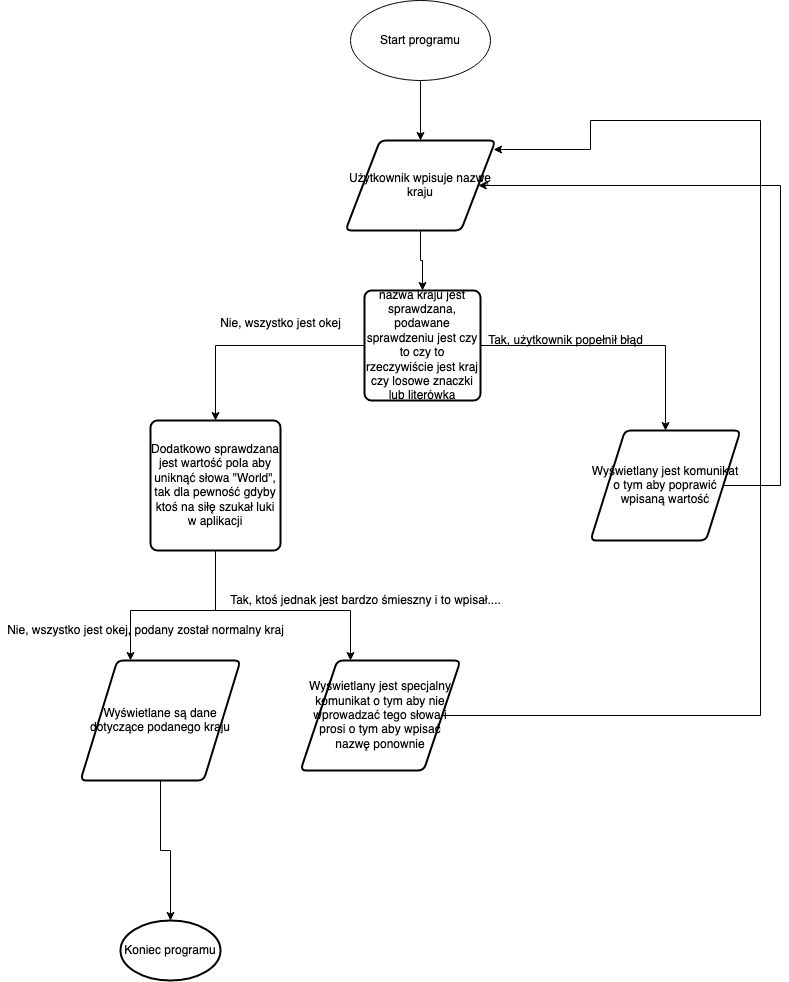
This is SchematBlokowyCovidApp.png from Parodix007/CovidApp-Python, a draw.io export, as it was before one commit. Source tidied: cells renumbered, new cells last; positions are measured from the earlier drawing's top-left corner, leaving out a move shared by most shapes. Its diagram source:
```xml
<mxGraphModel>
  <root>
    <mxCell id="0" />
    <mxCell id="1" parent="0" />
    <mxCell id="2" style="edgeStyle=orthogonalEdgeStyle;rounded=0;jettySize=auto;html=1;entryX=0.5;entryY=0;entryDx=0;entryDy=0;" parent="1" edge="1" source="3" target="5">
      <mxGeometry relative="1" as="geometry" />
    </mxCell>
    <mxCell id="3" value="Start programu" style="ellipse;whiteSpace=wrap;html=1;" parent="1" vertex="1">
      <mxGeometry x="350" width="140" height="80" as="geometry" />
    </mxCell>
    <mxCell id="4" style="edgeStyle=orthogonalEdgeStyle;rounded=0;jettySize=auto;html=1;entryX=0.5;entryY=0;entryDx=0;entryDy=0;" parent="1" edge="1" source="5" target="8">
      <mxGeometry relative="1" as="geometry" />
    </mxCell>
    <mxCell id="5" value="Użytkownik wpisuje nazwę kraju" style="shape=parallelogram;html=1;strokeWidth=2;perimeter=parallelogramPerimeter;whiteSpace=wrap;rounded=1;arcSize=12;size=0.23;" parent="1" vertex="1">
      <mxGeometry x="345" y="140" width="150" height="90" as="geometry" />
    </mxCell>
    <mxCell id="6" style="edgeStyle=orthogonalEdgeStyle;rounded=0;jettySize=auto;html=1;entryX=0.5;entryY=0;entryDx=0;entryDy=0;" parent="1" edge="1" source="8" target="13">
      <mxGeometry relative="1" as="geometry" />
    </mxCell>
    <mxCell id="7" style="edgeStyle=orthogonalEdgeStyle;rounded=0;jettySize=auto;html=1;" parent="1" edge="1" source="8" target="10">
      <mxGeometry relative="1" as="geometry" />
    </mxCell>
    <mxCell id="8" value="nazwa kraju jest sprawdzana, podawane sprawdzeniu jest czy to czy to rzeczywiście jest kraj czy losowe znaczki lub literówka" style="rounded=1;whiteSpace=wrap;html=1;absoluteArcSize=1;arcSize=14;strokeWidth=2;" parent="1" vertex="1">
      <mxGeometry x="364" y="290" width="116" height="110" as="geometry" />
    </mxCell>
    <mxCell id="9" style="edgeStyle=orthogonalEdgeStyle;rounded=0;jettySize=auto;html=1;entryX=1;entryY=0.5;entryDx=0;entryDy=0;" parent="1" edge="1" source="10" target="5">
      <mxGeometry relative="1" as="geometry">
        <Array as="points">
          <mxPoint x="780" y="485" />
          <mxPoint x="780" y="185" />
        </Array>
      </mxGeometry>
    </mxCell>
    <mxCell id="10" value="Wyświetlany jest komunikat o tym aby poprawić wpisaną wartość" style="shape=parallelogram;html=1;strokeWidth=2;perimeter=parallelogramPerimeter;whiteSpace=wrap;rounded=1;arcSize=12;size=0.23;" parent="1" vertex="1">
      <mxGeometry x="590" y="430" width="150" height="110" as="geometry" />
    </mxCell>
    <mxCell id="11" style="edgeStyle=orthogonalEdgeStyle;rounded=0;jettySize=auto;html=1;" parent="1" edge="1" source="13" target="17">
      <mxGeometry relative="1" as="geometry">
        <Array as="points">
          <mxPoint x="215" y="610" />
          <mxPoint x="130" y="610" />
        </Array>
      </mxGeometry>
    </mxCell>
    <mxCell id="12" style="edgeStyle=orthogonalEdgeStyle;rounded=0;jettySize=auto;html=1;" parent="1" edge="1" source="13" target="19">
      <mxGeometry relative="1" as="geometry">
        <Array as="points">
          <mxPoint x="215" y="610" />
          <mxPoint x="350" y="610" />
        </Array>
      </mxGeometry>
    </mxCell>
    <mxCell id="13" value="Dodatkowo sprawdzana jest wartość pola aby uniknąć słowa &quot;World&quot;, tak dla pewność gdyby ktoś na siłę szukał luki w aplikacji" style="rounded=1;whiteSpace=wrap;html=1;absoluteArcSize=1;arcSize=14;strokeWidth=2;" parent="1" vertex="1">
      <mxGeometry x="150" y="420" width="130" height="130" as="geometry" />
    </mxCell>
    <mxCell id="14" value="Tak, użytkownik popełnił błąd" style="text;html=1;align=center;verticalAlign=middle;points=[];" parent="1" vertex="1">
      <mxGeometry x="480" y="330" width="170" height="20" as="geometry" />
    </mxCell>
    <mxCell id="15" value="&lt;div&gt;Nie, wszystko jest okej&lt;/div&gt;&lt;div&gt;&lt;br&gt;&lt;/div&gt;" style="text;html=1;align=center;verticalAlign=middle;" parent="1" vertex="1">
      <mxGeometry x="210" y="315" width="140" height="30" as="geometry" />
    </mxCell>
    <mxCell id="16" style="edgeStyle=orthogonalEdgeStyle;rounded=0;jettySize=auto;html=1;" parent="1" edge="1" source="17" target="22">
      <mxGeometry relative="1" as="geometry" />
    </mxCell>
    <mxCell id="17" value="Wyświetlane są dane dotyczące podanego kraju" style="shape=parallelogram;html=1;strokeWidth=2;perimeter=parallelogramPerimeter;whiteSpace=wrap;rounded=1;arcSize=12;size=0.23;" parent="1" vertex="1">
      <mxGeometry x="80" y="660" width="160" height="120" as="geometry" />
    </mxCell>
    <mxCell id="18" style="edgeStyle=orthogonalEdgeStyle;rounded=0;jettySize=auto;html=1;entryX=0.987;entryY=0.1;entryDx=0;entryDy=0;entryPerimeter=0;" parent="1" edge="1" source="19" target="5">
      <mxGeometry relative="1" as="geometry">
        <Array as="points">
          <mxPoint x="760" y="715" />
          <mxPoint x="760" y="120" />
          <mxPoint x="590" y="120" />
          <mxPoint x="590" y="149" />
        </Array>
      </mxGeometry>
    </mxCell>
    <mxCell id="19" value="Wyświetlany jest specjalny komunikat o tym aby nie wprowadzać tego słowa i prosi o tym aby wpisać nazwę ponownie" style="shape=parallelogram;html=1;strokeWidth=2;perimeter=parallelogramPerimeter;whiteSpace=wrap;rounded=1;arcSize=12;size=0.23;" parent="1" vertex="1">
      <mxGeometry x="300" y="660" width="160" height="110" as="geometry" />
    </mxCell>
    <mxCell id="20" value="Tak, ktoś jednak jest bardzo śmieszny i to wpisał...." style="text;html=1;align=center;verticalAlign=middle;" parent="1" vertex="1">
      <mxGeometry x="220" y="590" width="290" height="20" as="geometry" />
    </mxCell>
    <mxCell id="21" value="Nie, wszystko jest okej, podany został normalny kraj" style="text;html=1;align=center;verticalAlign=middle;" parent="1" vertex="1">
      <mxGeometry y="620" width="290" height="20" as="geometry" />
    </mxCell>
    <mxCell id="22" value="Koniec programu" style="strokeWidth=2;html=1;shape=mxgraph.flowchart.start_1;whiteSpace=wrap;" parent="1" vertex="1">
      <mxGeometry x="120" y="920" width="100" height="60" as="geometry" />
    </mxCell>
  </root>
</mxGraphModel>
```
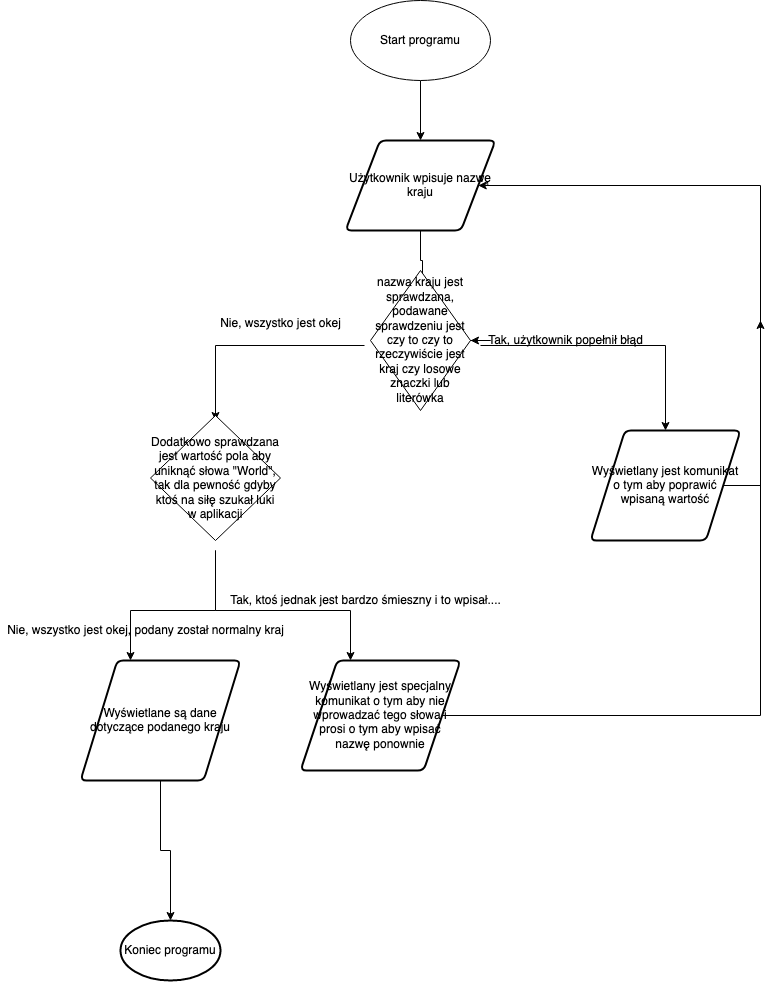
The same file after the commit.

Diff of the diagram source:
```diff
@@ -8,51 +8,57 @@
     <mxCell id="3" value="Start programu" style="ellipse;whiteSpace=wrap;html=1;" parent="1" vertex="1">
       <mxGeometry x="350" width="140" height="80" as="geometry" />
     </mxCell>
-    <mxCell id="4" style="edgeStyle=orthogonalEdgeStyle;rounded=0;jettySize=auto;html=1;entryX=0.5;entryY=0;entryDx=0;entryDy=0;" parent="1" edge="1" source="5" target="8">
-      <mxGeometry relative="1" as="geometry" />
+    <mxCell id="4" style="edgeStyle=orthogonalEdgeStyle;rounded=0;jettySize=auto;html=1;entryX=0.5;entryY=0;entryDx=0;entryDy=0;" parent="1" edge="1" source="5">
+      <mxGeometry relative="1" as="geometry">
+        <mxPoint x="422" y="290" as="targetPoint" />
+      </mxGeometry>
     </mxCell>
     <mxCell id="5" value="Użytkownik wpisuje nazwę kraju" style="shape=parallelogram;html=1;strokeWidth=2;perimeter=parallelogramPerimeter;whiteSpace=wrap;rounded=1;arcSize=12;size=0.23;" parent="1" vertex="1">
       <mxGeometry x="345" y="140" width="150" height="90" as="geometry" />
     </mxCell>
-    <mxCell id="6" style="edgeStyle=orthogonalEdgeStyle;rounded=0;jettySize=auto;html=1;entryX=0.5;entryY=0;entryDx=0;entryDy=0;" parent="1" edge="1" source="8" target="13">
-      <mxGeometry relative="1" as="geometry" />
+    <mxCell id="6" style="edgeStyle=orthogonalEdgeStyle;rounded=0;orthogonalLoop=1;jettySize=auto;html=1;entryX=0.5;entryY=0;entryDx=0;entryDy=0;" parent="1" edge="1">
+      <mxGeometry relative="1" as="geometry">
+        <mxPoint x="364" y="345" as="sourcePoint" />
+        <mxPoint x="215" y="420" as="targetPoint" />
+      </mxGeometry>
     </mxCell>
-    <mxCell id="7" style="edgeStyle=orthogonalEdgeStyle;rounded=0;jettySize=auto;html=1;" parent="1" edge="1" source="8" target="10">
-      <mxGeometry relative="1" as="geometry" />
+    <mxCell id="7" style="edgeStyle=orthogonalEdgeStyle;rounded=0;jettySize=auto;html=1;" parent="1" edge="1" target="10">
+      <mxGeometry relative="1" as="geometry">
+        <mxPoint x="480" y="345" as="sourcePoint" />
+      </mxGeometry>
     </mxCell>
-    <mxCell id="8" value="nazwa kraju jest sprawdzana, podawane sprawdzeniu jest czy to czy to rzeczywiście jest kraj czy losowe znaczki lub literówka" style="rounded=1;whiteSpace=wrap;html=1;absoluteArcSize=1;arcSize=14;strokeWidth=2;" parent="1" vertex="1">
-      <mxGeometry x="364" y="290" width="116" height="110" as="geometry" />
-    </mxCell>
     <mxCell id="9" style="edgeStyle=orthogonalEdgeStyle;rounded=0;jettySize=auto;html=1;entryX=1;entryY=0.5;entryDx=0;entryDy=0;" parent="1" edge="1" source="10" target="5">
       <mxGeometry relative="1" as="geometry">
         <Array as="points">
-          <mxPoint x="780" y="485" />
-          <mxPoint x="780" y="185" />
+          <mxPoint x="760" y="485" />
+          <mxPoint x="760" y="185" />
         </Array>
       </mxGeometry>
     </mxCell>
     <mxCell id="10" value="Wyświetlany jest komunikat o tym aby poprawić wpisaną wartość" style="shape=parallelogram;html=1;strokeWidth=2;perimeter=parallelogramPerimeter;whiteSpace=wrap;rounded=1;arcSize=12;size=0.23;" parent="1" vertex="1">
       <mxGeometry x="590" y="430" width="150" height="110" as="geometry" />
     </mxCell>
-    <mxCell id="11" style="edgeStyle=orthogonalEdgeStyle;rounded=0;jettySize=auto;html=1;" parent="1" edge="1" source="13" target="17">
+    <mxCell id="11" style="edgeStyle=orthogonalEdgeStyle;rounded=0;jettySize=auto;html=1;" parent="1" edge="1" target="17">
       <mxGeometry relative="1" as="geometry">
+        <mxPoint x="215" y="550" as="sourcePoint" />
         <Array as="points">
           <mxPoint x="215" y="610" />
           <mxPoint x="130" y="610" />
         </Array>
       </mxGeometry>
     </mxCell>
-    <mxCell id="12" style="edgeStyle=orthogonalEdgeStyle;rounded=0;jettySize=auto;html=1;" parent="1" edge="1" source="13" target="19">
+    <mxCell id="12" style="edgeStyle=orthogonalEdgeStyle;rounded=0;jettySize=auto;html=1;" parent="1" edge="1" target="19">
       <mxGeometry relative="1" as="geometry">
+        <mxPoint x="215" y="550" as="sourcePoint" />
         <Array as="points">
           <mxPoint x="215" y="610" />
           <mxPoint x="350" y="610" />
         </Array>
       </mxGeometry>
     </mxCell>
-    <mxCell id="13" value="Dodatkowo sprawdzana jest wartość pola aby uniknąć słowa &quot;World&quot;, tak dla pewność gdyby ktoś na siłę szukał luki w aplikacji" style="rounded=1;whiteSpace=wrap;html=1;absoluteArcSize=1;arcSize=14;strokeWidth=2;" parent="1" vertex="1">
-      <mxGeometry x="150" y="420" width="130" height="130" as="geometry" />
-    </mxCell>
+    <mxCell id="23" style="edgeStyle=orthogonalEdgeStyle;rounded=0;jettySize=auto;html=1;" parent="1" edge="1" source="14" target="8">
+      <mxGeometry relative="1" as="geometry" />
+    </mxCell>
     <mxCell id="14" value="Tak, użytkownik popełnił błąd" style="text;html=1;align=center;verticalAlign=middle;points=[];" parent="1" vertex="1">
       <mxGeometry x="480" y="330" width="170" height="20" as="geometry" />
     </mxCell>
@@ -65,16 +71,11 @@
     <mxCell id="17" value="Wyświetlane są dane dotyczące podanego kraju" style="shape=parallelogram;html=1;strokeWidth=2;perimeter=parallelogramPerimeter;whiteSpace=wrap;rounded=1;arcSize=12;size=0.23;" parent="1" vertex="1">
       <mxGeometry x="80" y="660" width="160" height="120" as="geometry" />
     </mxCell>
-    <mxCell id="18" style="edgeStyle=orthogonalEdgeStyle;rounded=0;jettySize=auto;html=1;entryX=0.987;entryY=0.1;entryDx=0;entryDy=0;entryPerimeter=0;" parent="1" edge="1" source="19" target="5">
-      <mxGeometry relative="1" as="geometry">
-        <Array as="points">
-          <mxPoint x="760" y="715" />
-          <mxPoint x="760" y="120" />
-          <mxPoint x="590" y="120" />
-          <mxPoint x="590" y="149" />
-        </Array>
-      </mxGeometry>
-    </mxCell>
+    <mxCell id="24" style="edgeStyle=orthogonalEdgeStyle;rounded=0;jettySize=auto;html=1;" parent="1" edge="1" source="19">
+      <mxGeometry relative="1" as="geometry">
+        <mxPoint x="760" y="320" as="targetPoint" />
+      </mxGeometry>
+    </mxCell>
     <mxCell id="19" value="Wyświetlany jest specjalny komunikat o tym aby nie wprowadzać tego słowa i prosi o tym aby wpisać nazwę ponownie" style="shape=parallelogram;html=1;strokeWidth=2;perimeter=parallelogramPerimeter;whiteSpace=wrap;rounded=1;arcSize=12;size=0.23;" parent="1" vertex="1">
       <mxGeometry x="300" y="660" width="160" height="110" as="geometry" />
     </mxCell>
@@ -87,5 +88,11 @@
     <mxCell id="22" value="Koniec programu" style="strokeWidth=2;html=1;shape=mxgraph.flowchart.start_1;whiteSpace=wrap;" parent="1" vertex="1">
       <mxGeometry x="120" y="920" width="100" height="60" as="geometry" />
     </mxCell>
+    <mxCell id="8" value="nazwa kraju jest sprawdzana, podawane sprawdzeniu jest czy to czy to rzeczywiście jest kraj czy losowe znaczki lub literówka" style="rhombus;whiteSpace=wrap;html=1;" parent="1" vertex="1">
+      <mxGeometry x="370" y="270" width="100" height="140" as="geometry" />
+    </mxCell>
+    <mxCell id="13" value="Dodatkowo sprawdzana jest wartość pola aby uniknąć słowa &quot;World&quot;, tak dla pewność gdyby ktoś na siłę szukał luki w aplikacji" style="rhombus;whiteSpace=wrap;html=1;" parent="1" vertex="1">
+      <mxGeometry x="150" y="415" width="130" height="125" as="geometry" />
+    </mxCell>
   </root>
 </mxGraphModel>
```
